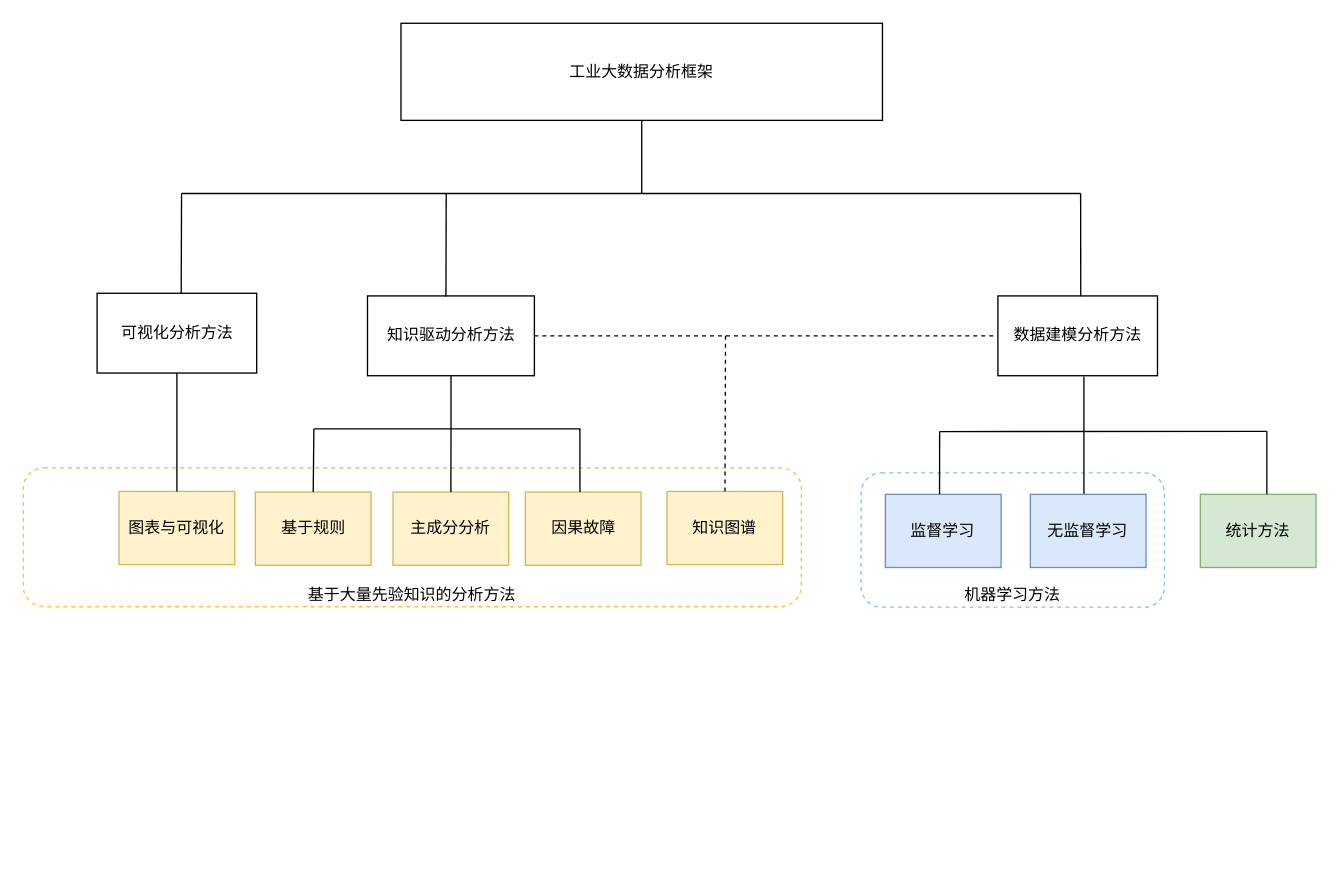
This is images/未命名绘图.drawio.xml from jkjam7/techniques, a draw.io file, before an edit. Source tidied: cells renumbered, new cells numbered last; positions are measured from the earlier drawing's top-left corner, leaving out a move shared by most shapes. Both pictures are drawn from the tidied source at 133%, with x=0, y=0 at pixel (23, 23).
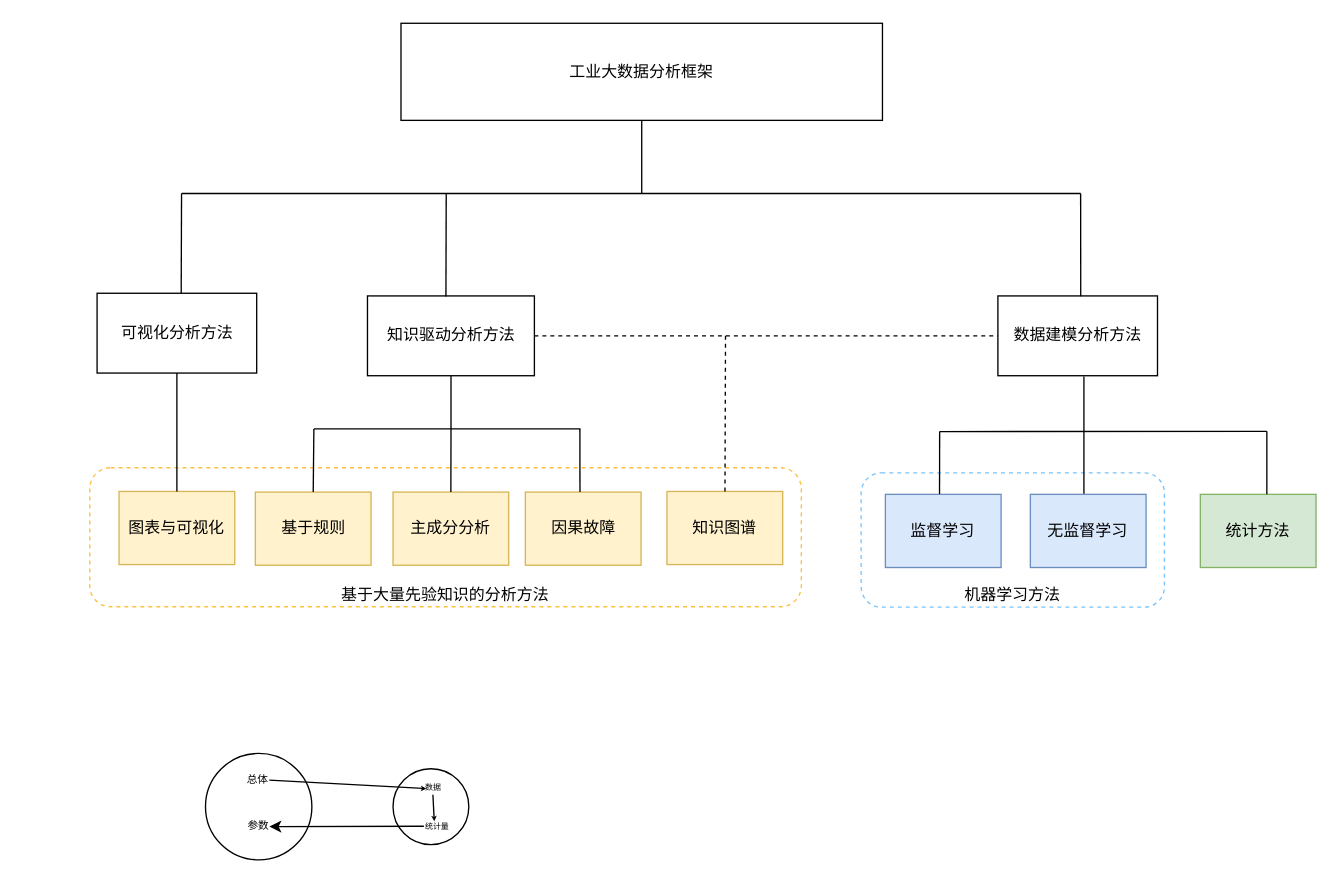
The same diagram, later.

Commit message:
更新未命名绘图.drawio.xml

Change to the diagram source:
```diff
@@
     <mxCell id="2" value="基于大量先验知识的分析方法" style="rounded=1;whiteSpace=wrap;html=1;strokeColor=#FFBF40;dashed=1;verticalAlign=bottom;" parent="1" vertex="1">
-      <mxGeometry y="334.2" width="585" height="104.5" as="geometry" />
+      <mxGeometry x="50" y="334.2" width="535" height="104.5" as="geometry" />
     </mxCell>
@@
+    <mxCell id="32" style="ellipse;whiteSpace=wrap;html=1;" parent="1" vertex="1">
+      <mxGeometry x="137" y="549" width="80" height="80" as="geometry" />
+    </mxCell>
+    <mxCell id="33" style="ellipse;whiteSpace=wrap;html=1;" parent="1" vertex="1">
+      <mxGeometry x="278" y="560.5" width="57" height="57" as="geometry" />
+    </mxCell>
+    <mxCell id="34" value="总体" style="text;html=1;strokeColor=none;fillColor=none;align=center;verticalAlign=middle;whiteSpace=wrap;rounded=0;fontSize=8;" parent="1" vertex="1">
+      <mxGeometry x="147" y="555" width="59" height="28" as="geometry" />
+    </mxCell>
+    <mxCell id="35" value="参数" style="text;html=1;strokeColor=none;fillColor=none;align=center;verticalAlign=middle;whiteSpace=wrap;rounded=0;fontSize=8;" parent="1" vertex="1">
+      <mxGeometry x="163.2" y="597" width="27.5" height="12" as="geometry" />
+    </mxCell>
+    <mxCell id="36" value="&lt;span style=&quot;font-size: 6px;&quot;&gt;数据&lt;/span&gt;" style="text;html=1;strokeColor=none;fillColor=none;align=center;verticalAlign=middle;whiteSpace=wrap;rounded=0;" parent="1" vertex="1">
+      <mxGeometry x="301.2" y="569" width="14.5" height="7.5" as="geometry" />
+    </mxCell>
+    <mxCell id="37" value="统计量" style="text;html=1;strokeColor=none;fillColor=none;align=center;verticalAlign=middle;whiteSpace=wrap;rounded=0;fontSize=6;" parent="1" vertex="1">
+      <mxGeometry x="301.2" y="598.5" width="21" height="10.5" as="geometry" />
+    </mxCell>
+    <mxCell id="38" style="endArrow=classic;html=1;rounded=0;entryX=0.129;entryY=0.86;entryDx=0;entryDy=0;entryPerimeter=0;fontSize=7;strokeWidth=1;endSize=1;" parent="1" edge="1" target="36">
+      <mxGeometry relative="1" as="geometry">
+        <mxPoint x="185" y="569" as="sourcePoint" />
+      </mxGeometry>
+    </mxCell>
+    <mxCell id="39" style="endArrow=classic;html=1;rounded=0;startSize=4;endSize=1;" parent="1" edge="1">
+      <mxGeometry relative="1" as="geometry">
+        <mxPoint x="308" y="580" as="sourcePoint" />
+        <mxPoint x="309" y="600" as="targetPoint" />
+      </mxGeometry>
+    </mxCell>
+    <mxCell id="40" style="endArrow=classic;html=1;rounded=0;" parent="1" edge="1" source="37">
+      <mxGeometry relative="1" as="geometry">
+        <mxPoint x="185" y="604" as="targetPoint" />
+      </mxGeometry>
+    </mxCell>
```
